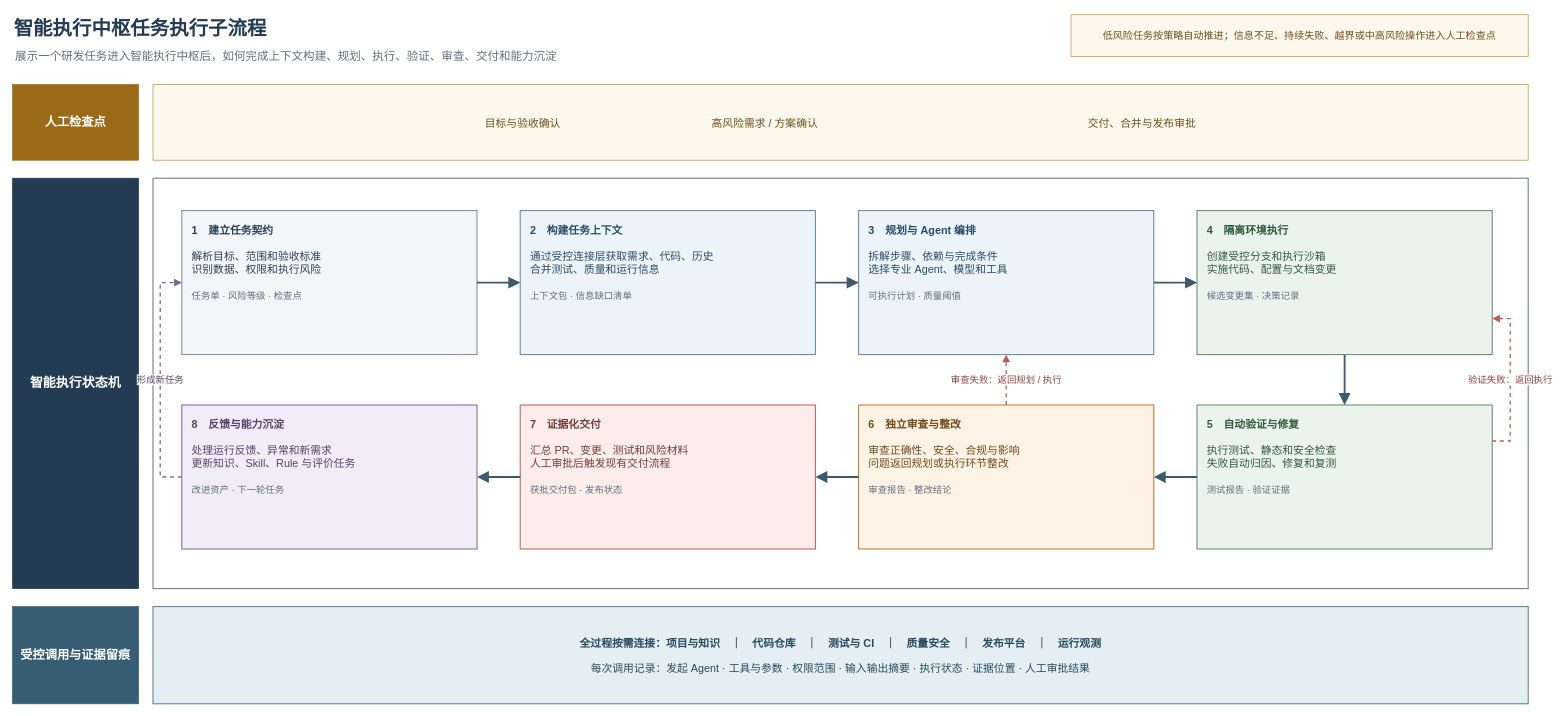
Above: diagrams/current/图2_智能执行中枢任务执行子流程.drawio in GeHahahaha/AI-paper (draw.io), before the change. Source tidied: cells renumbered, new cells numbered last; positions are measured from the earlier drawing's top-left corner, leaving out a move shared by most shapes. Both pictures are drawn from the tidied source at 72%, with x=0, y=0 at pixel (12, 12).
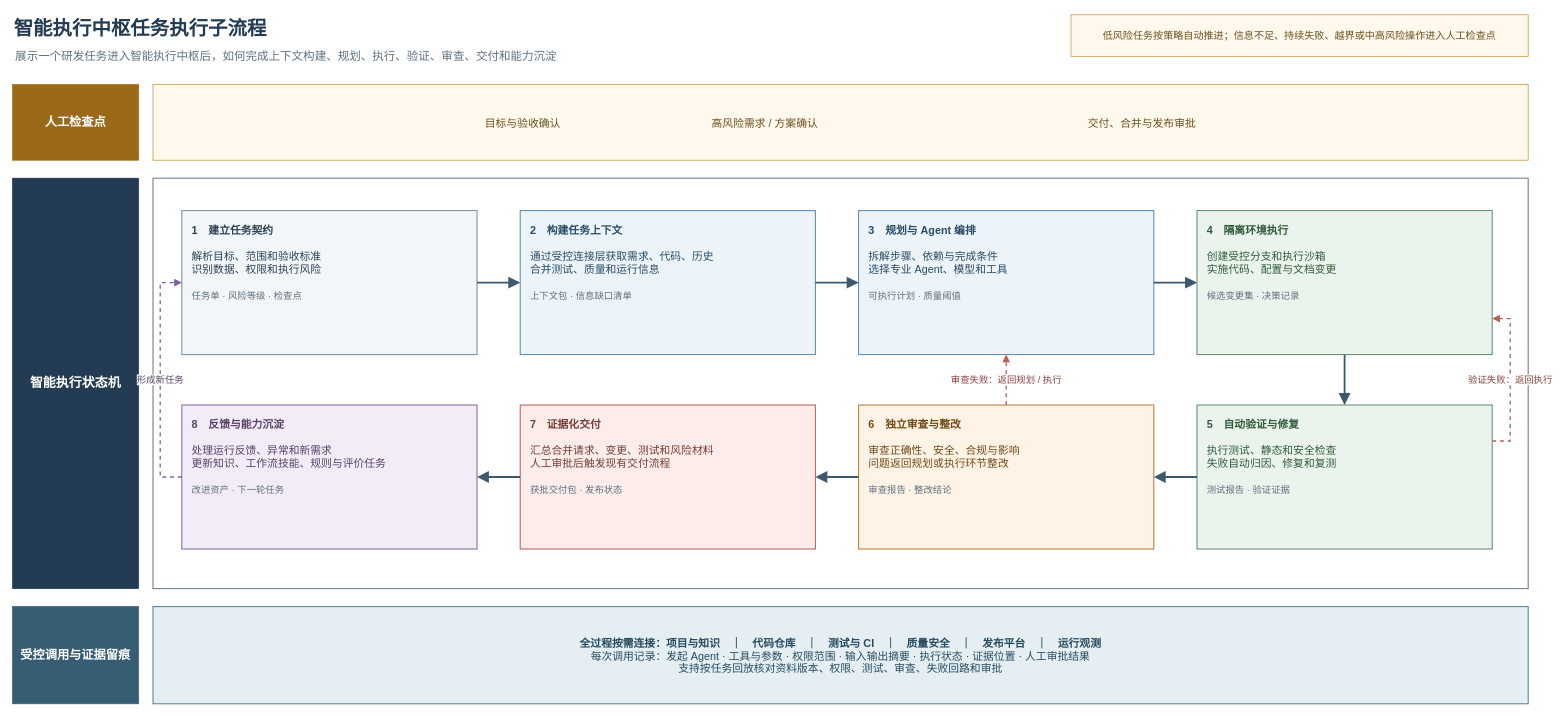
The same diagram, later.

Change to the diagram source:
```diff
@@
-    <mxCell id="15" value="&lt;b&gt;7　证据化交付&lt;/b&gt;&lt;br&gt;&lt;br&gt;汇总 PR、变更、测试和风险材料&lt;br&gt;人工审批后触发现有交付流程&lt;br&gt;&lt;br&gt;&lt;font style=&quot;font-size:13px;color:#5F6F7F&quot;&gt;获批交付包 · 发布状态&lt;/font&gt;" style="rounded=0;whiteSpace=wrap;html=1;fillColor=#FDEDEA;strokeColor=#B75E55;strokeWidth=1.4;fontFamily=Microsoft YaHei;fontColor=#743C37;fontSize=15;align=left;verticalAlign=top;spacing=14;" parent="1" vertex="1">
+    <mxCell id="15" value="&lt;b&gt;7　证据化交付&lt;/b&gt;&lt;br&gt;&lt;br&gt;汇总合并请求、变更、测试和风险材料&lt;br&gt;人工审批后触发现有交付流程&lt;br&gt;&lt;br&gt;&lt;font style=&quot;font-size:13px;color:#5F6F7F&quot;&gt;获批交付包 · 发布状态&lt;/font&gt;" style="rounded=0;whiteSpace=wrap;html=1;fillColor=#FDEDEA;strokeColor=#B75E55;strokeWidth=1.4;fontFamily=Microsoft YaHei;fontColor=#743C37;fontSize=15;align=left;verticalAlign=top;spacing=14;" parent="1" vertex="1">
       <mxGeometry x="705" y="545" width="410" height="200" as="geometry" />
     </mxCell>
-    <mxCell id="16" value="&lt;b&gt;8　反馈与能力沉淀&lt;/b&gt;&lt;br&gt;&lt;br&gt;处理运行反馈、异常和新需求&lt;br&gt;更新知识、Skill、Rule 与评价任务&lt;br&gt;&lt;br&gt;&lt;font style=&quot;font-size:13px;color:#5F6F7F&quot;&gt;改进资产 · 下一轮任务&lt;/font&gt;" style="rounded=0;whiteSpace=wrap;html=1;fillColor=#F2ECF8;strokeColor=#80659B;strokeWidth=1.4;fontFamily=Microsoft YaHei;fontColor=#574168;fontSize=15;align=left;verticalAlign=top;spacing=14;" parent="1" vertex="1">
+    <mxCell id="16" value="&lt;b&gt;8　反馈与能力沉淀&lt;/b&gt;&lt;br&gt;&lt;br&gt;处理运行反馈、异常和新需求&lt;br&gt;更新知识、工作流技能、规则与评价任务&lt;br&gt;&lt;br&gt;&lt;font style=&quot;font-size:13px;color:#5F6F7F&quot;&gt;改进资产 · 下一轮任务&lt;/font&gt;" style="rounded=0;whiteSpace=wrap;html=1;fillColor=#F2ECF8;strokeColor=#80659B;strokeWidth=1.4;fontFamily=Microsoft YaHei;fontColor=#574168;fontSize=15;align=left;verticalAlign=top;spacing=14;" parent="1" vertex="1">
       <mxGeometry x="235" y="545" width="410" height="200" as="geometry" />
     </mxCell>
@@
-    <mxCell id="28" value="&lt;b&gt;全过程按需连接：项目与知识　｜　代码仓库　｜　测试与 CI　｜　质量安全　｜　发布平台　｜　运行观测&lt;/b&gt;&lt;br&gt;&lt;br&gt;每次调用记录：发起 Agent · 工具与参数 · 权限范围 · 输入输出摘要 · 执行状态 · 证据位置 · 人工审批结果" style="rounded=0;whiteSpace=wrap;html=1;fillColor=#E4EEF3;strokeColor=#557D91;strokeWidth=1.4;fontFamily=Microsoft YaHei;fontColor=#274B5E;fontSize=15;align=center;verticalAlign=middle;spacing=12;" parent="1" vertex="1">
+    <mxCell id="28" value="&lt;b&gt;全过程按需连接：项目与知识　｜　代码仓库　｜　测试与 CI　｜　质量安全　｜　发布平台　｜　运行观测&lt;/b&gt;&lt;br&gt;每次调用记录：发起 Agent · 工具与参数 · 权限范围 · 输入输出摘要 · 执行状态 · 证据位置 · 人工审批结果&lt;br&gt;支持按任务回放核对资料版本、权限、测试、审查、失败回路和审批" style="rounded=0;whiteSpace=wrap;html=1;fillColor=#E4EEF3;strokeColor=#557D91;strokeWidth=1.4;fontFamily=Microsoft YaHei;fontColor=#274B5E;fontSize=15;align=center;verticalAlign=middle;spacing=12;" parent="1" vertex="1">
       <mxGeometry x="195" y="825" width="1910" height="135" as="geometry" />
     </mxCell>
```
